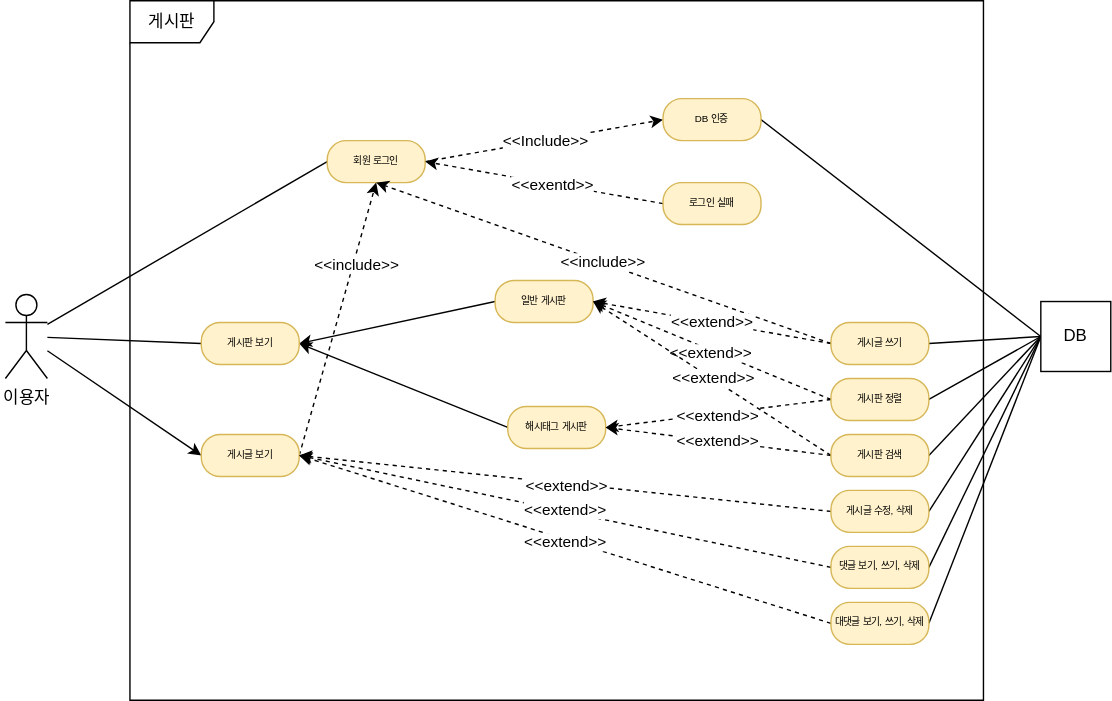
Above: doument/use-case.svg in upbreak/project-board (draw.io), before the change. Source tidied: cells renumbered, new cells last; positions are measured from the earlier drawing's top-left corner, leaving out a move shared by most shapes.
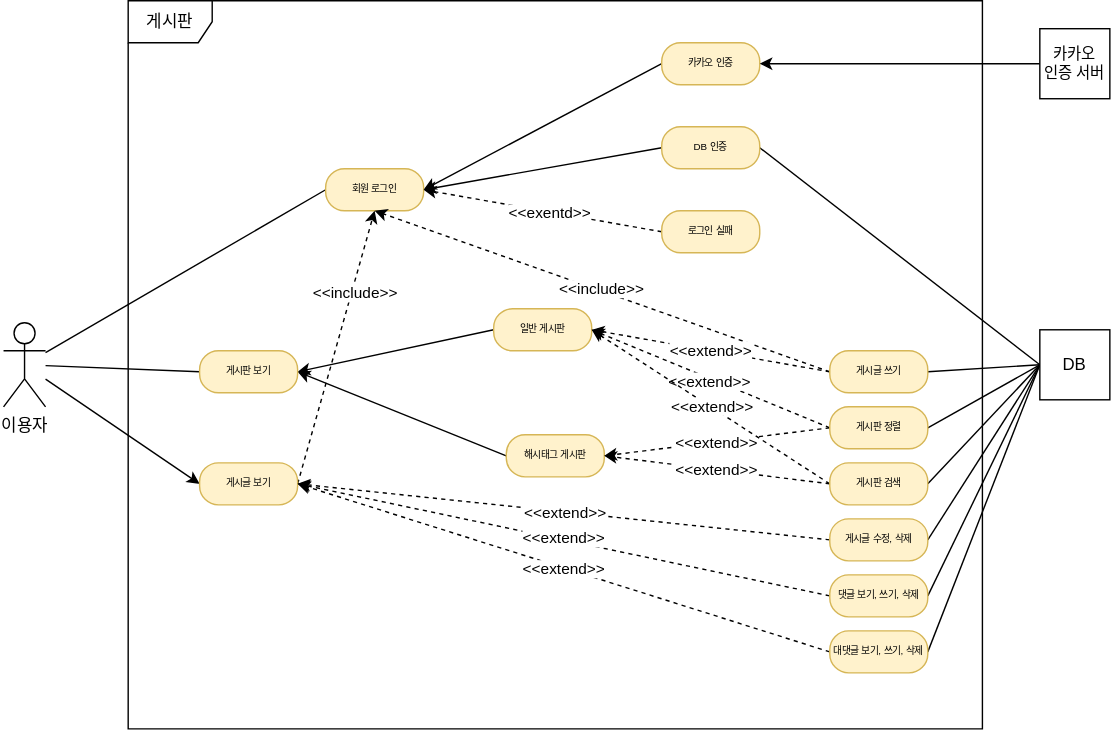
The same diagram one commit later.

Commit message:
#21 - usecase.svg: 카카오 인증 유즈 케이스 추가

Change to the diagram source:
```diff
@@ -3,7 +3,7 @@
     <mxCell id="0" />
     <mxCell id="1" parent="0" />
     <mxCell id="2" value="게시판" style="shape=umlFrame;whiteSpace=wrap;html=1;" parent="1" vertex="1">
-      <mxGeometry x="89" width="610" height="500" as="geometry" />
+      <mxGeometry x="89" y="-20" width="610" height="520" as="geometry" />
     </mxCell>
     <mxCell id="3" style="rounded=0;jettySize=auto;html=1;entryX=0;entryY=0.5;entryDx=0;entryDy=0;targetPerimeterSpacing=0;endSize=6;jumpStyle=none;endArrow=none;endFill=0;" parent="1" edge="1" source="6" target="17">
       <mxGeometry relative="1" as="geometry" />
@@ -41,12 +41,9 @@
     <mxCell id="14" value="DB" style="html=1;whiteSpace=wrap;" parent="1" vertex="1">
       <mxGeometry x="740" y="215" width="50" height="50" as="geometry" />
     </mxCell>
-    <mxCell id="15" style="rounded=0;jettySize=auto;html=1;exitX=1;exitY=0.5;exitDx=0;exitDy=0;entryX=0;entryY=0.5;entryDx=0;entryDy=0;dashed=1;" parent="1" edge="1" source="17" target="25">
+    <mxCell id="15" style="rounded=0;jettySize=auto;html=1;exitX=1;exitY=0.5;exitDx=0;exitDy=0;entryX=0;entryY=0.5;entryDx=0;entryDy=0;startArrow=classic;startFill=1;endArrow=none;endFill=0;" parent="1" edge="1" source="17" target="25">
       <mxGeometry relative="1" as="geometry" />
     </mxCell>
-    <mxCell id="16" value="&amp;lt;&amp;lt;Include&amp;gt;&amp;gt;" style="edgeLabel;html=1;align=center;verticalAlign=middle;" parent="15" vertex="1">
-      <mxGeometry x="0.01" relative="1" as="geometry" />
-    </mxCell>
     <mxCell id="17" value="회원 로그인" style="rounded=1;whiteSpace=wrap;html=1;arcSize=45;fontSize=7;labelBackgroundColor=none;fillColor=#fff2cc;strokeColor=#d6b656;" parent="1" vertex="1">
       <mxGeometry x="230" y="100" width="70" height="30" as="geometry" />
     </mxCell>
@@ -160,5 +157,17 @@
     <mxCell id="53" value="대댓글 보기, 쓰기, 삭제" style="rounded=1;whiteSpace=wrap;html=1;arcSize=45;fontSize=7;labelBackgroundColor=none;fillColor=#fff2cc;strokeColor=#d6b656;" parent="1" vertex="1">
       <mxGeometry x="590" y="430" width="70" height="30" as="geometry" />
     </mxCell>
+    <mxCell id="54" style="rounded=0;jettySize=auto;html=1;exitX=0;exitY=0.5;exitDx=0;exitDy=0;entryX=1;entryY=0.5;entryDx=0;entryDy=0;" parent="1" edge="1" source="55" target="17">
+      <mxGeometry relative="1" as="geometry" />
+    </mxCell>
+    <mxCell id="55" value="카카오 인증" style="rounded=1;whiteSpace=wrap;html=1;arcSize=45;fontSize=7;labelBackgroundColor=none;fillColor=#fff2cc;strokeColor=#d6b656;" parent="1" vertex="1">
+      <mxGeometry x="470" y="10" width="70" height="30" as="geometry" />
+    </mxCell>
+    <mxCell id="56" style="rounded=0;jettySize=auto;html=1;exitX=0;exitY=0.5;exitDx=0;exitDy=0;entryX=1;entryY=0.5;entryDx=0;entryDy=0;" parent="1" edge="1" source="57" target="55">
+      <mxGeometry relative="1" as="geometry" />
+    </mxCell>
+    <mxCell id="57" value="카카오&lt;br style=&quot;font-size: 11px;&quot;&gt;인증 서버" style="html=1;whiteSpace=wrap;fontSize=11;" parent="1" vertex="1">
+      <mxGeometry x="740" width="50" height="50" as="geometry" />
+    </mxCell>
   </root>
 </mxGraphModel>
```
